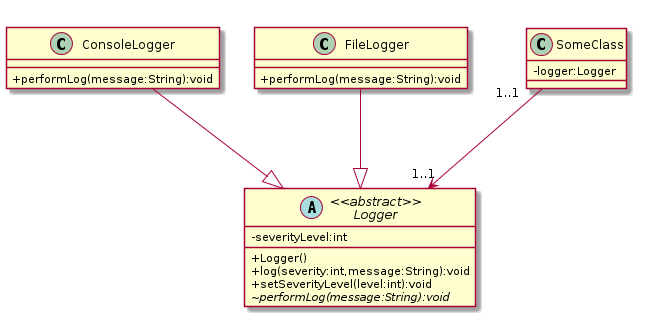
Above: content/teaching/CS123/examples/2/uml2.png in jimfinnis/jcf12 (PlantUML), before the change.
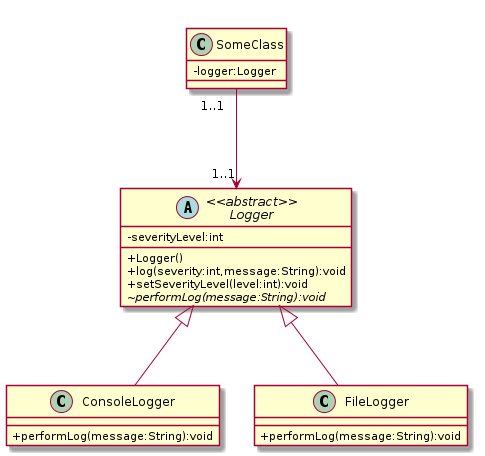
Above is the later version.

Diff of the diagram source:
```diff
@@ -25,7 +25,7 @@
 
 SomeClass "1..1" --> "1..1" Logger
 
-ConsoleLogger --|> Logger
-FileLogger --|> Logger
+ConsoleLogger -up-|> Logger
+FileLogger -up-|> Logger
 
 @enduml
```
